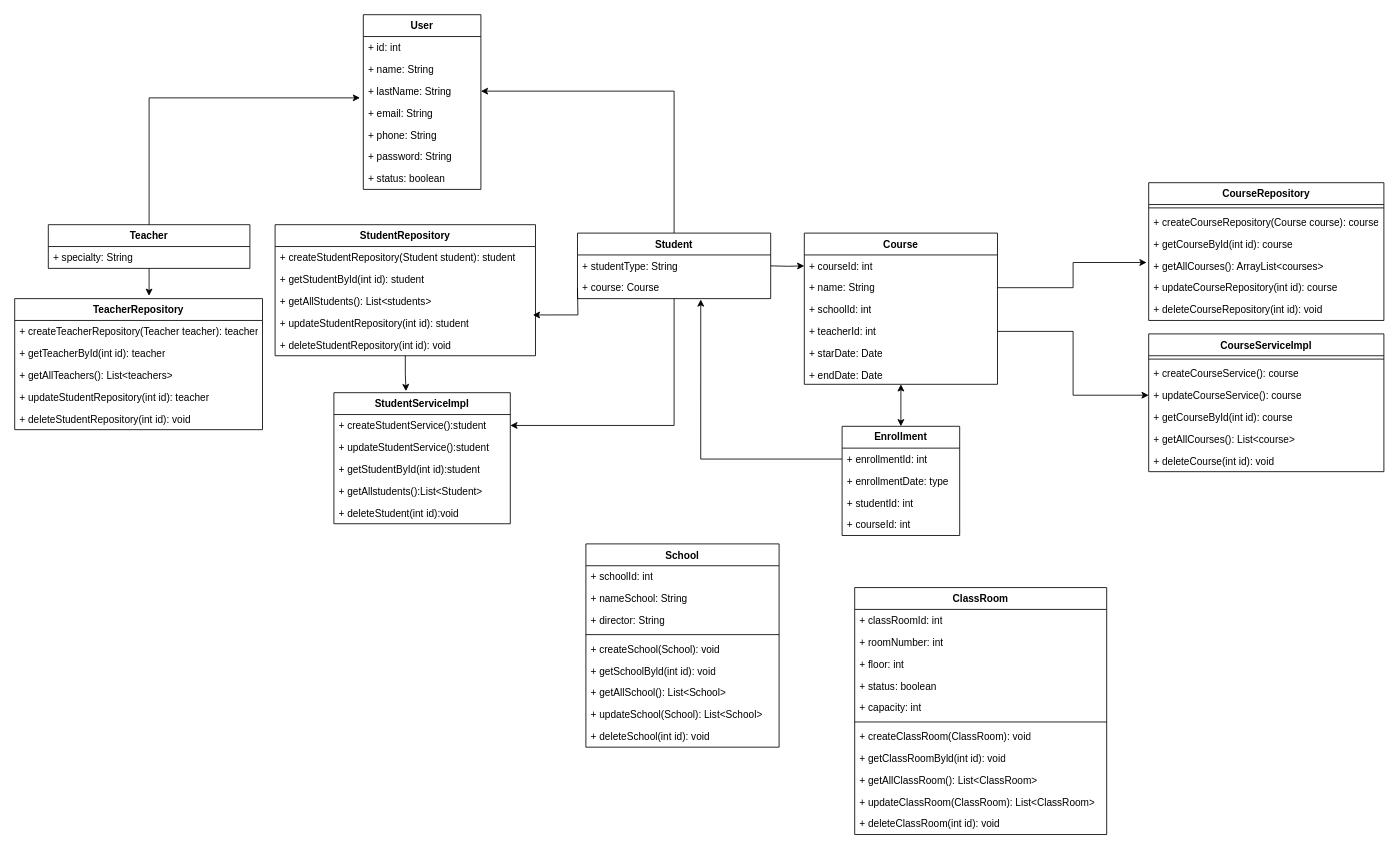
budweiker/AcademicSystem keeps this draw.io diagram as assets/Diagrama tablas 2.drawio. Above is the earlier version. Source tidied: cells renumbered, new cells numbered last; positions are measured from the earlier drawing's top-left corner, leaving out a move shared by most shapes. Both pictures are drawn from the tidied source at 84%, with x=0, y=0 at pixel (14, 14).
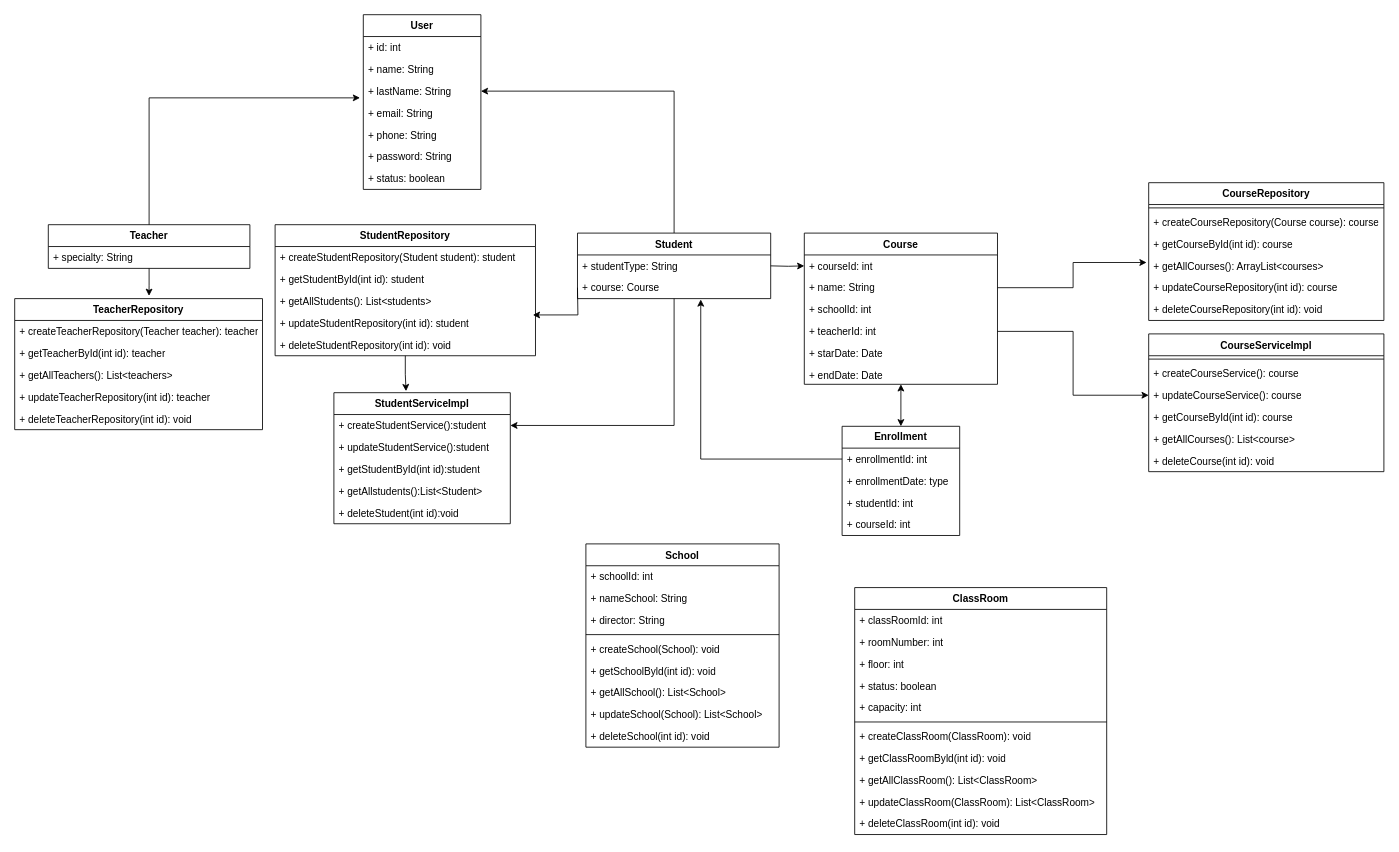
Above is the later version.

Commit message (it also covers changes not shown here):
Teacher repository completed

The change refers to these unchanged cells:
```xml
<mxCell id="85" value="TeacherRepository" style="swimlane;fontStyle=1;align=center;verticalAlign=top;horizontal=1;startSize=26;whiteSpace=wrap;html=1;" parent="1" vertex="1">
  <mxGeometry y="338" width="295" height="156" as="geometry" />
</mxCell>
```

Change to the diagram source:
```diff
@@
-    <mxCell id="89" value="+ updateStudentRepository(int id): teacher" style="text;strokeColor=none;fillColor=none;align=left;verticalAlign=top;spacingLeft=4;spacingRight=4;overflow=hidden;whiteSpace=wrap;html=1;" parent="85" vertex="1">
+    <mxCell id="89" value="+ updateTeacherRepository(int id): teacher" style="text;strokeColor=none;fillColor=none;align=left;verticalAlign=top;spacingLeft=4;spacingRight=4;overflow=hidden;whiteSpace=wrap;html=1;" parent="85" vertex="1">
       <mxGeometry y="104" width="295" height="26" as="geometry" />
     </mxCell>
-    <mxCell id="90" value="+ deleteStudentRepository(int id): void" style="text;strokeColor=none;fillColor=none;align=left;verticalAlign=top;spacingLeft=4;spacingRight=4;overflow=hidden;whiteSpace=wrap;html=1;" parent="85" vertex="1">
+    <mxCell id="90" value="+ deleteTeacherRepository(int id): void" style="text;strokeColor=none;fillColor=none;align=left;verticalAlign=top;spacingLeft=4;spacingRight=4;overflow=hidden;whiteSpace=wrap;html=1;" parent="85" vertex="1">
       <mxGeometry y="130" width="295" height="26" as="geometry" />
     </mxCell>
```
